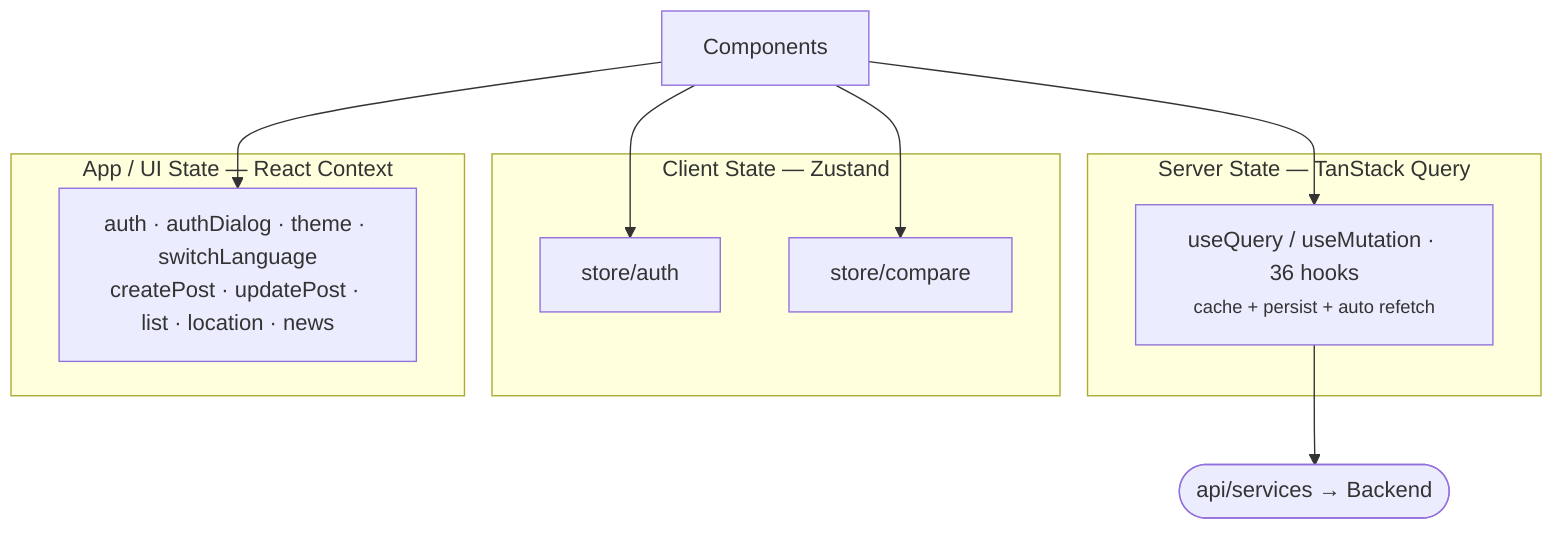
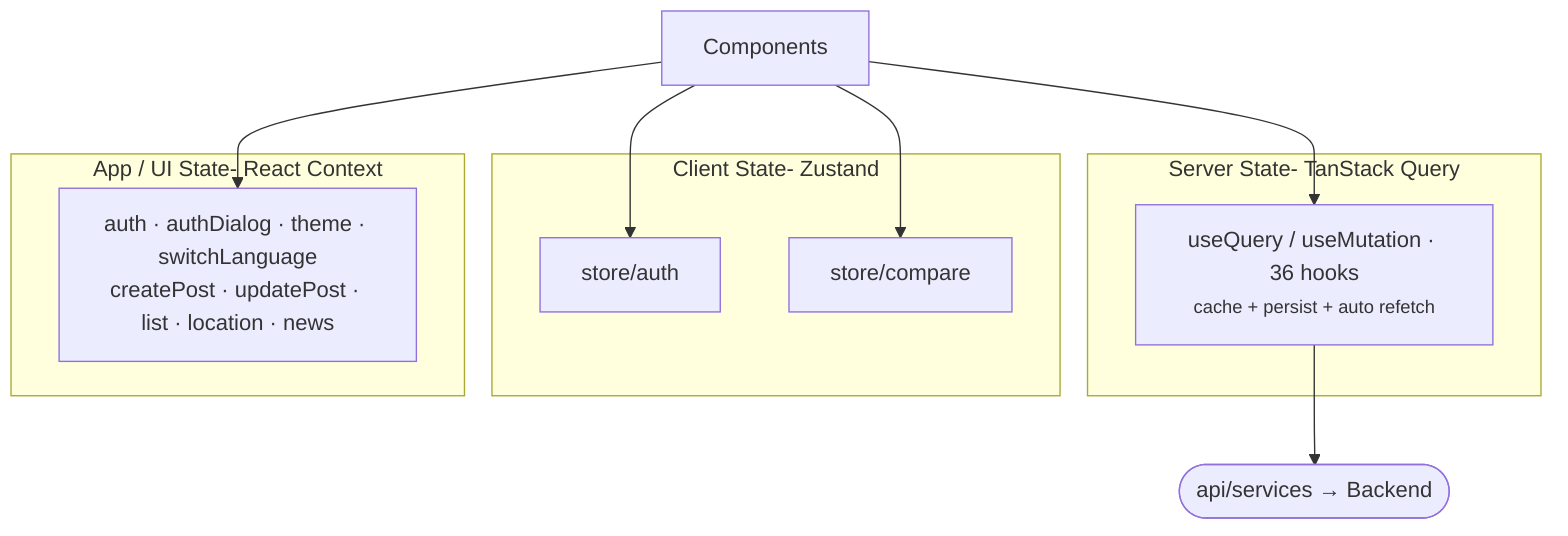
flowchart TB
 Comp["Components"]
-  subgraph Server["Server State — TanStack Query"]
+  subgraph Server["Server State- TanStack Query"]
 RQ["useQuery / useMutation · 36 hooks<br/><small>cache + persist + auto refetch</small>"]
 end
-  subgraph Client["Client State — Zustand"]
+  subgraph Client["Client State- Zustand"]
 Z1["store/auth"]
 Z2["store/compare"]
 end
-  subgraph App["App / UI State — React Context"]
+  subgraph App["App / UI State- React Context"]
 CX["auth · authDialog · theme · switchLanguage<br/>createPost · updatePost · list · location · news"]
 end
 Comp --> RQ
 Comp --> Z1
 Comp --> Z2
 Comp --> CX
 RQ --> Services(["api/services → Backend"])
